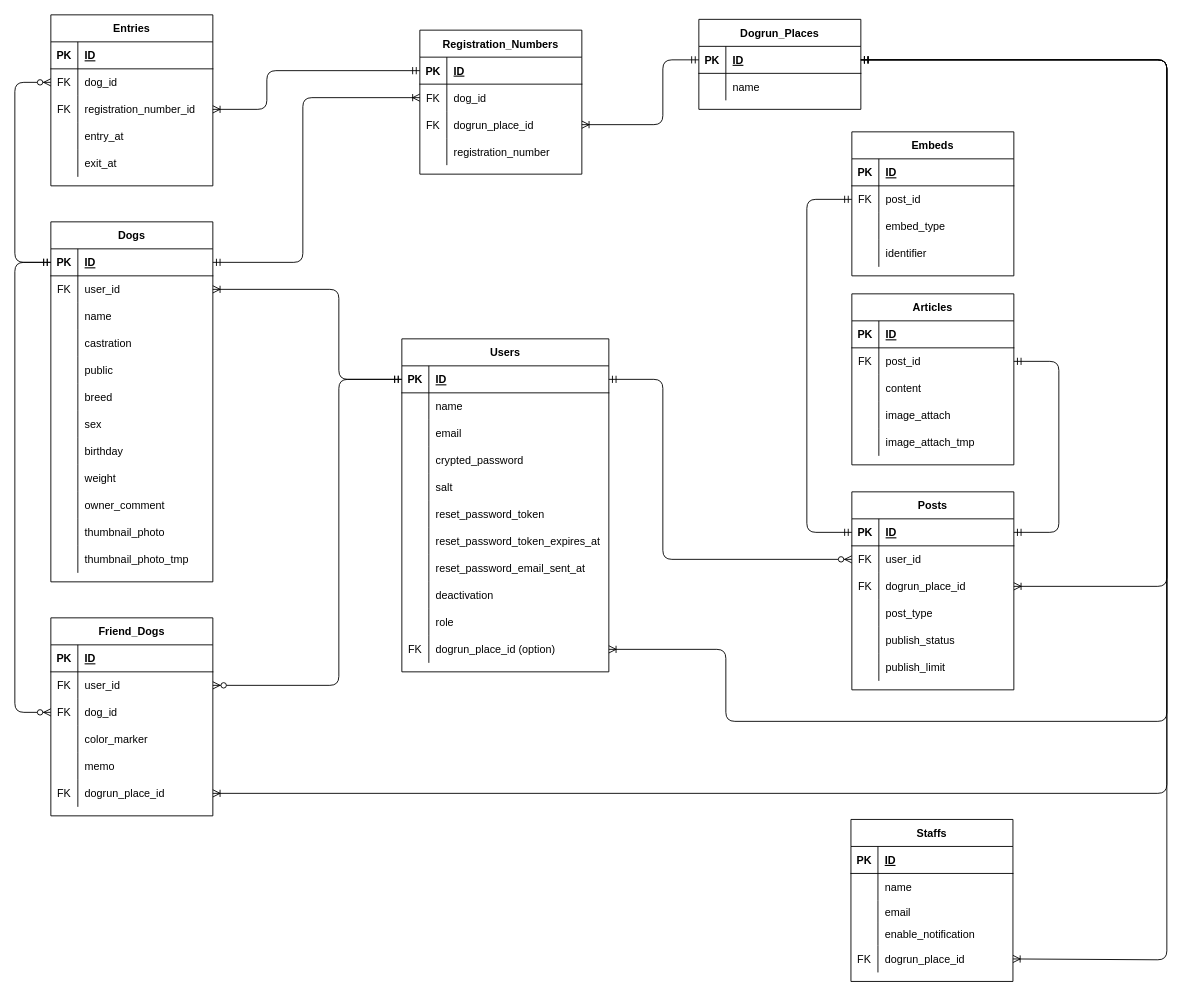
Kedaruma-Bond/dogrun_connect_app keeps this draw.io diagram as ER_diagram.drawio. Above is the earlier version. Source tidied: cells renumbered, new cells numbered last; positions are measured from the earlier drawing's top-left corner, leaving out a move shared by most shapes. Both pictures are drawn from the tidied source at 90%, with x=0, y=0 at pixel (14, 14).
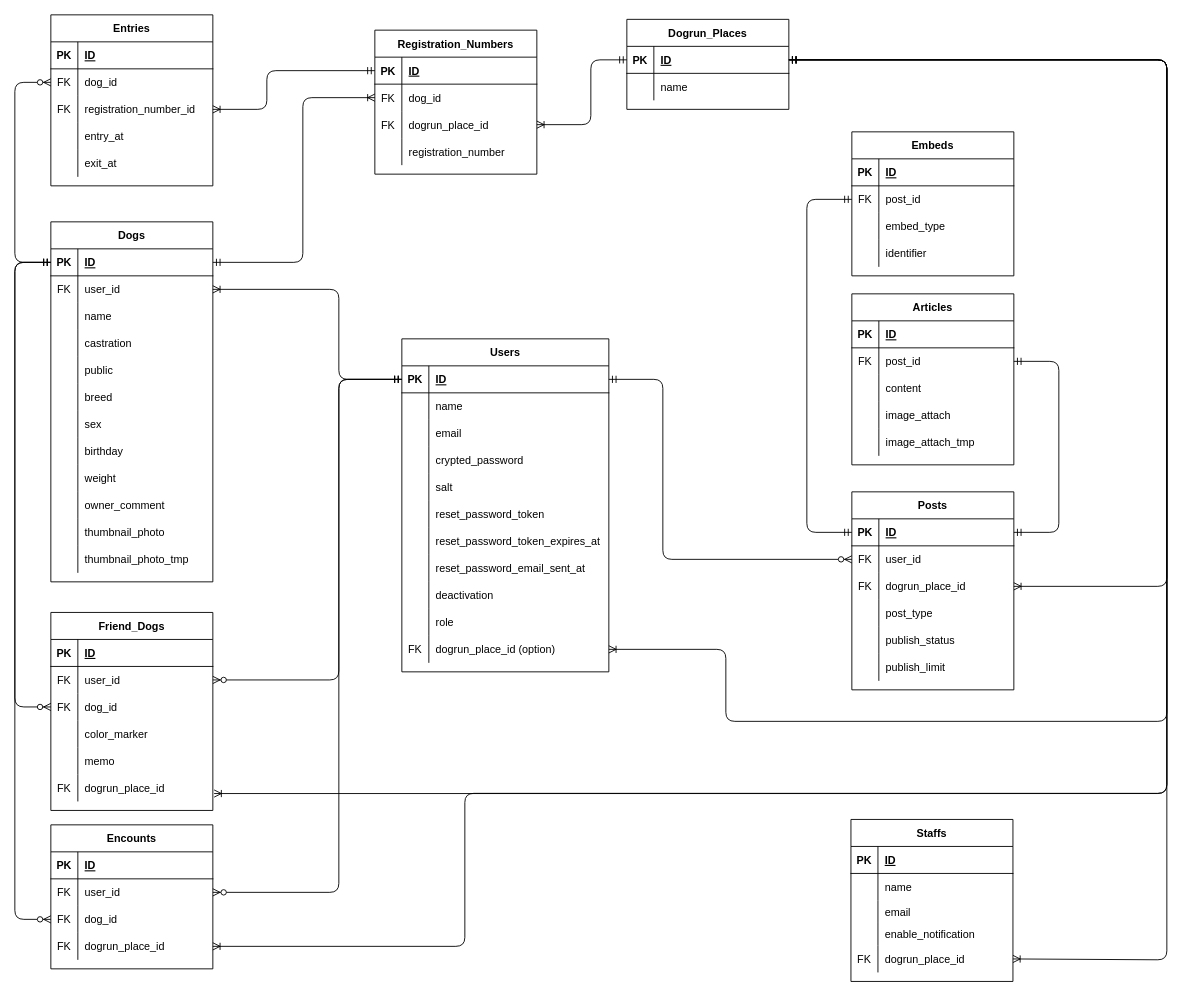
Above is the later version.

The change refers to these unchanged cells:
```xml
<mxCell id="19" style="shape=partialRectangle;fillColor=none;top=0;left=0;bottom=1;right=0;points=[[0,0.5],[1,0.5]];portConstraint=eastwest;" parent="18" vertex="1">
  <mxGeometry y="30" width="230" height="30" as="geometry" />
</mxCell>
<mxCell id="69" style="shape=partialRectangle;fillColor=none;top=0;left=0;bottom=1;right=0;points=[[0,0.5],[1,0.5]];portConstraint=eastwest;" parent="68" vertex="1">
  <mxGeometry y="30" width="180" height="30" as="geometry" />
</mxCell>
<mxCell id="131" style="shape=partialRectangle;fillColor=none;top=0;left=0;bottom=0;right=0;points=[[0,0.5],[1,0.5]];portConstraint=eastwest;" parent="127" vertex="1">
  <mxGeometry y="60" width="180" height="30" as="geometry" />
</mxCell>
<mxCell id="134" style="shape=partialRectangle;fillColor=none;top=0;left=0;bottom=0;right=0;points=[[0,0.5],[1,0.5]];portConstraint=eastwest;" parent="127" vertex="1">
  <mxGeometry y="90" width="180" height="30" as="geometry" />
</mxCell>
<mxCell id="155" style="shape=tableRow;horizontal=0;startSize=0;swimlaneHead=0;swimlaneBody=0;fillColor=none;points=[[0,0.5],[1,0.5]];portConstraint=eastwest;top=0;left=0;right=0;bottom=0;strokeColor=none;" parent="148" vertex="1">
  <mxGeometry y="90" width="180" height="30" as="geometry" />
</mxCell>
<mxCell id="164" style="shape=tableRow;horizontal=0;startSize=0;swimlaneHead=0;swimlaneBody=0;fillColor=none;points=[[0,0.5],[1,0.5]];portConstraint=eastwest;top=0;left=0;right=0;bottom=1;" parent="163" vertex="1">
  <mxGeometry y="30" width="180" height="30" as="geometry" />
</mxCell>
```

Diff of the diagram source:
```diff
@@
-    <mxCell id="127" value="Friend_Dogs" style="shape=table;startSize=30;childLayout=tableLayout;rowLines=0;fontStyle=1;align=center;" parent="1" vertex="1">
-      <mxGeometry x="40" y="670" width="180" height="220" as="geometry" />
+    <mxCell id="127" value="Encounts" style="shape=table;startSize=30;childLayout=tableLayout;rowLines=0;fontStyle=1;align=center;" parent="1" vertex="1">
+      <mxGeometry x="40" y="900" width="180" height="160" as="geometry" />
     </mxCell>
@@
-    <mxCell id="137" style="shape=partialRectangle;fillColor=none;top=0;left=0;bottom=0;right=0;" parent="127" vertex="1">
-      <mxGeometry y="120" width="180" height="30" as="geometry" />
-    </mxCell>
-    <mxCell id="138" style="shape=partialRectangle;fillColor=none;top=0;left=0;bottom=0;right=0;overflow=hidden;" parent="137" vertex="1">
-      <mxGeometry width="30" height="30" as="geometry" />
-    </mxCell>
-    <mxCell id="139" value="color_marker" style="shape=partialRectangle;fillColor=none;top=0;left=0;bottom=0;right=0;align=left;spacingLeft=6;overflow=hidden;" parent="137" vertex="1">
-      <mxGeometry x="30" width="150" height="30" as="geometry" />
-    </mxCell>
-    <mxCell id="140" style="shape=partialRectangle;fillColor=none;top=0;left=0;bottom=0;right=0;" parent="127" vertex="1">
-      <mxGeometry y="150" width="180" height="30" as="geometry" />
-    </mxCell>
-    <mxCell id="141" style="shape=partialRectangle;fillColor=none;top=0;left=0;bottom=0;right=0;overflow=hidden;" parent="140" vertex="1">
-      <mxGeometry width="30" height="30" as="geometry" />
-    </mxCell>
-    <mxCell id="142" value="memo" style="shape=partialRectangle;fillColor=none;top=0;left=0;bottom=0;right=0;align=left;spacingLeft=6;overflow=hidden;" parent="140" vertex="1">
-      <mxGeometry x="30" width="150" height="30" as="geometry" />
-    </mxCell>
     <mxCell id="143" style="shape=partialRectangle;fillColor=none;top=0;left=0;bottom=0;right=0;points=[[0,0.5],[1,0.5]];portConstraint=eastwest;" parent="127" vertex="1">
-      <mxGeometry y="180" width="180" height="30" as="geometry" />
+      <mxGeometry y="120" width="180" height="30" as="geometry" />
     </mxCell>
@@
     <mxCell id="146" style="edgeStyle=orthogonalEdgeStyle;fontSize=12;html=1;endArrow=ERzeroToMany;startArrow=ERmandOne;entryX=1;entryY=0.5;entryDx=0;entryDy=0;exitX=0;exitY=0.5;exitDx=0;exitDy=0;" parent="1" edge="1" source="19" target="131">
       <mxGeometry relative="1" as="geometry">
         <Array as="points">
           <mxPoint x="360" y="405" />
-          <mxPoint x="360" y="745" />
+          <mxPoint x="360" y="975" />
         </Array>
       </mxGeometry>
     </mxCell>
     <mxCell id="147" style="edgeStyle=orthogonalEdgeStyle;fontSize=12;html=1;endArrow=ERzeroToMany;startArrow=ERmandOne;entryX=0;entryY=0.5;entryDx=0;entryDy=0;exitX=0;exitY=0.5;exitDx=0;exitDy=0;" parent="1" edge="1" source="69" target="134">
       <mxGeometry relative="1" as="geometry">
         <Array as="points">
           <mxPoint y="275" />
-          <mxPoint y="775" />
+          <mxPoint y="1005" />
         </Array>
       </mxGeometry>
     </mxCell>
     <mxCell id="148" value="Registration_Numbers" style="shape=table;startSize=30;childLayout=tableLayout;rowLines=0;fontStyle=1;align=center;" parent="1" vertex="1">
-      <mxGeometry x="450" y="17" width="180" height="160" as="geometry" />
+      <mxGeometry x="400" y="17" width="180" height="160" as="geometry" />
     </mxCell>
@@
     <mxCell id="163" value="Dogrun_Places" style="shape=table;startSize=30;childLayout=tableLayout;rowLines=0;fontStyle=1;align=center;" parent="1" vertex="1">
-      <mxGeometry x="760" y="5" width="180" height="100" as="geometry" />
+      <mxGeometry x="680" y="5" width="180" height="100" as="geometry" />
     </mxCell>
@@
     <mxCell id="170" style="edgeStyle=orthogonalEdgeStyle;fontSize=12;html=1;endArrow=ERoneToMany;startArrow=ERmandOne;exitX=0;exitY=0.5;exitDx=0;exitDy=0;entryX=1;entryY=0.5;entryDx=0;entryDy=0;" parent="1" edge="1" source="164" target="155">
       <mxGeometry relative="1" as="geometry">
         <Array as="points">
-          <mxPoint x="720" y="50" />
-          <mxPoint x="720" y="122" />
+          <mxPoint x="640" y="50" />
+          <mxPoint x="640" y="122" />
         </Array>
       </mxGeometry>
     </mxCell>
@@
     <mxCell id="205" style="edgeStyle=orthogonalEdgeStyle;fontSize=12;html=1;endArrow=ERoneToMany;startArrow=ERmandOne;exitX=1;exitY=0.5;exitDx=0;exitDy=0;entryX=1;entryY=0.5;entryDx=0;entryDy=0;" parent="1" edge="1" source="164" target="143">
       <mxGeometry relative="1" as="geometry">
         <Array as="points">
           <mxPoint x="1280" y="50" />
           <mxPoint x="1280" y="865" />
+          <mxPoint x="500" y="865" />
+          <mxPoint x="500" y="1035" />
         </Array>
       </mxGeometry>
     </mxCell>
+    <mxCell id="206" value="Friend_Dogs" style="shape=table;startSize=30;childLayout=tableLayout;rowLines=0;fontStyle=1;align=center;" parent="1" vertex="1">
+      <mxGeometry x="40" y="664" width="180" height="220" as="geometry" />
+    </mxCell>
+    <mxCell id="207" style="shape=partialRectangle;fillColor=none;top=0;left=0;bottom=1;right=0;" parent="206" vertex="1">
+      <mxGeometry y="30" width="180" height="30" as="geometry" />
+    </mxCell>
+    <mxCell id="208" value="PK" style="shape=partialRectangle;fillColor=none;top=0;left=0;bottom=0;right=0;fontStyle=1;overflow=hidden;" parent="207" vertex="1">
+      <mxGeometry width="30" height="30" as="geometry" />
+    </mxCell>
+    <mxCell id="209" value="ID" style="shape=partialRectangle;fillColor=none;top=0;left=0;bottom=0;right=0;align=left;spacingLeft=6;fontStyle=5;overflow=hidden;" parent="207" vertex="1">
+      <mxGeometry x="30" width="150" height="30" as="geometry" />
+    </mxCell>
+    <mxCell id="210" style="shape=partialRectangle;fillColor=none;top=0;left=0;bottom=0;right=0;points=[[0,0.5],[1,0.5]];portConstraint=eastwest;" parent="206" vertex="1">
+      <mxGeometry y="60" width="180" height="30" as="geometry" />
+    </mxCell>
+    <mxCell id="211" value="FK" style="shape=partialRectangle;fillColor=none;top=0;left=0;bottom=0;right=0;overflow=hidden;" parent="210" vertex="1">
+      <mxGeometry width="30" height="30" as="geometry" />
+    </mxCell>
+    <mxCell id="212" value="user_id" style="shape=partialRectangle;fillColor=none;top=0;left=0;bottom=0;right=0;align=left;spacingLeft=6;overflow=hidden;" parent="210" vertex="1">
+      <mxGeometry x="30" width="150" height="30" as="geometry" />
+    </mxCell>
+    <mxCell id="213" style="shape=partialRectangle;fillColor=none;top=0;left=0;bottom=0;right=0;points=[[0,0.5],[1,0.5]];portConstraint=eastwest;" parent="206" vertex="1">
+      <mxGeometry y="90" width="180" height="30" as="geometry" />
+    </mxCell>
+    <mxCell id="214" value="FK" style="shape=partialRectangle;fillColor=none;top=0;left=0;bottom=0;right=0;overflow=hidden;" parent="213" vertex="1">
+      <mxGeometry width="30" height="30" as="geometry" />
+    </mxCell>
+    <mxCell id="215" value="dog_id" style="shape=partialRectangle;fillColor=none;top=0;left=0;bottom=0;right=0;align=left;spacingLeft=6;overflow=hidden;" parent="213" vertex="1">
+      <mxGeometry x="30" width="150" height="30" as="geometry" />
+    </mxCell>
+    <mxCell id="137" style="shape=partialRectangle;fillColor=none;top=0;left=0;bottom=0;right=0;" parent="206" vertex="1">
+      <mxGeometry y="120" width="180" height="30" as="geometry" />
+    </mxCell>
+    <mxCell id="216" style="shape=partialRectangle;fillColor=none;top=0;left=0;bottom=0;right=0;overflow=hidden;" parent="137" vertex="1">
+      <mxGeometry width="30" height="30" as="geometry" />
+    </mxCell>
+    <mxCell id="139" value="color_marker" style="shape=partialRectangle;fillColor=none;top=0;left=0;bottom=0;right=0;align=left;spacingLeft=6;overflow=hidden;" parent="137" vertex="1">
+      <mxGeometry x="30" width="150" height="30" as="geometry" />
+    </mxCell>
+    <mxCell id="140" style="shape=partialRectangle;fillColor=none;top=0;left=0;bottom=0;right=0;" parent="206" vertex="1">
+      <mxGeometry y="150" width="180" height="30" as="geometry" />
+    </mxCell>
+    <mxCell id="217" style="shape=partialRectangle;fillColor=none;top=0;left=0;bottom=0;right=0;overflow=hidden;" parent="140" vertex="1">
+      <mxGeometry width="30" height="30" as="geometry" />
+    </mxCell>
+    <mxCell id="142" value="memo" style="shape=partialRectangle;fillColor=none;top=0;left=0;bottom=0;right=0;align=left;spacingLeft=6;overflow=hidden;" parent="140" vertex="1">
+      <mxGeometry x="30" width="150" height="30" as="geometry" />
+    </mxCell>
+    <mxCell id="218" style="shape=partialRectangle;fillColor=none;top=0;left=0;bottom=0;right=0;points=[[0,0.5],[1,0.5]];portConstraint=eastwest;" parent="206" vertex="1">
+      <mxGeometry y="180" width="180" height="30" as="geometry" />
+    </mxCell>
+    <mxCell id="219" value="FK" style="shape=partialRectangle;fillColor=none;top=0;left=0;bottom=0;right=0;overflow=hidden;" parent="218" vertex="1">
+      <mxGeometry width="30" height="30" as="geometry" />
+    </mxCell>
+    <mxCell id="220" value="dogrun_place_id" style="shape=partialRectangle;fillColor=none;top=0;left=0;bottom=0;right=0;align=left;spacingLeft=6;overflow=hidden;" parent="218" vertex="1">
+      <mxGeometry x="30" width="150" height="30" as="geometry" />
+    </mxCell>
+    <mxCell id="221" style="edgeStyle=orthogonalEdgeStyle;fontSize=12;html=1;endArrow=ERoneToMany;startArrow=ERmandOne;exitX=1;exitY=0.5;exitDx=0;exitDy=0;entryX=1.008;entryY=0.707;entryDx=0;entryDy=0;entryPerimeter=0;" parent="1" edge="1" source="164" target="218">
+      <mxGeometry relative="1" as="geometry">
+        <Array as="points">
+          <mxPoint x="1280" y="50" />
+          <mxPoint x="1280" y="865" />
+          <mxPoint x="221" y="865" />
+        </Array>
+      </mxGeometry>
+    </mxCell>
+    <mxCell id="222" style="edgeStyle=orthogonalEdgeStyle;fontSize=12;html=1;endArrow=ERzeroToMany;startArrow=ERmandOne;entryX=1;entryY=0.5;entryDx=0;entryDy=0;exitX=0;exitY=0.5;exitDx=0;exitDy=0;" parent="1" edge="1" source="19" target="210">
+      <mxGeometry relative="1" as="geometry">
+        <Array as="points">
+          <mxPoint x="360" y="405" />
+          <mxPoint x="360" y="739" />
+        </Array>
+      </mxGeometry>
+    </mxCell>
+    <mxCell id="223" style="edgeStyle=orthogonalEdgeStyle;fontSize=12;html=1;endArrow=ERzeroToMany;startArrow=ERmandOne;entryX=0;entryY=0.5;entryDx=0;entryDy=0;exitX=0;exitY=0.5;exitDx=0;exitDy=0;" parent="1" edge="1" source="69" target="213">
+      <mxGeometry relative="1" as="geometry">
+        <Array as="points">
+          <mxPoint y="275" />
+          <mxPoint y="769" />
+        </Array>
+      </mxGeometry>
+    </mxCell>
```
